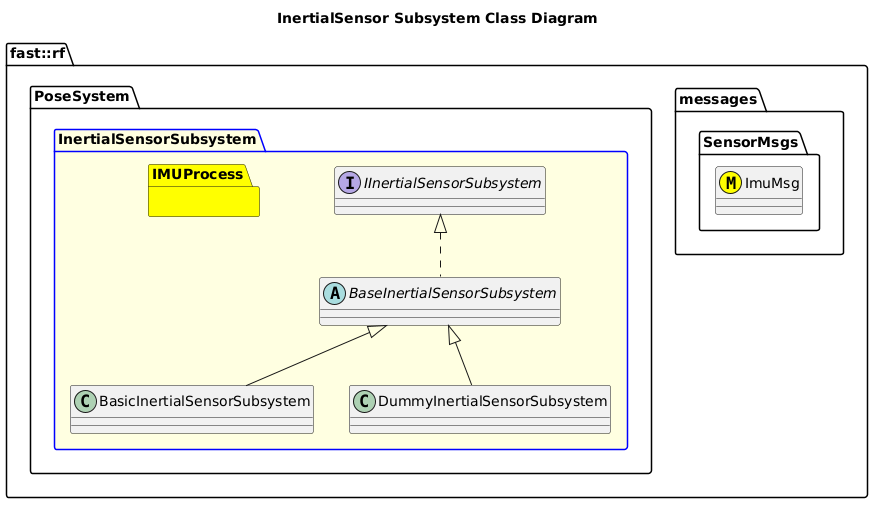
The PlantUML diagram Systems/Pose/Subsystems/InertialSensor/doc/puml/InertialSensorSubsystemClassDiagram.png in fastrobotics/robot_framework, before a commit.
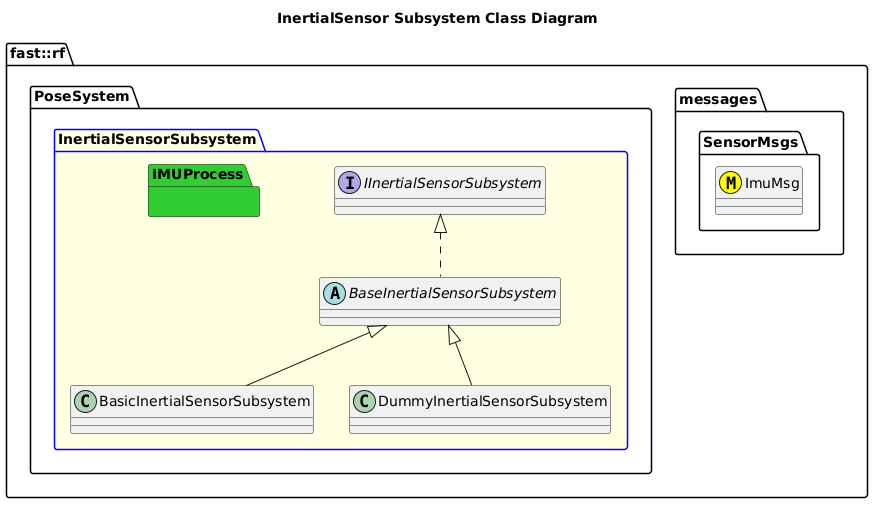
Above is the later version.

What changed in the source:
```diff
@@ -22,7 +22,7 @@
       }
       DummyInertialSensorSubsystem -up-|> BaseInertialSensorSubsystem
 
-      namespace IMUProcess #Yellow {
+      namespace IMUProcess #LimeGreen {
 
       }
 
```
